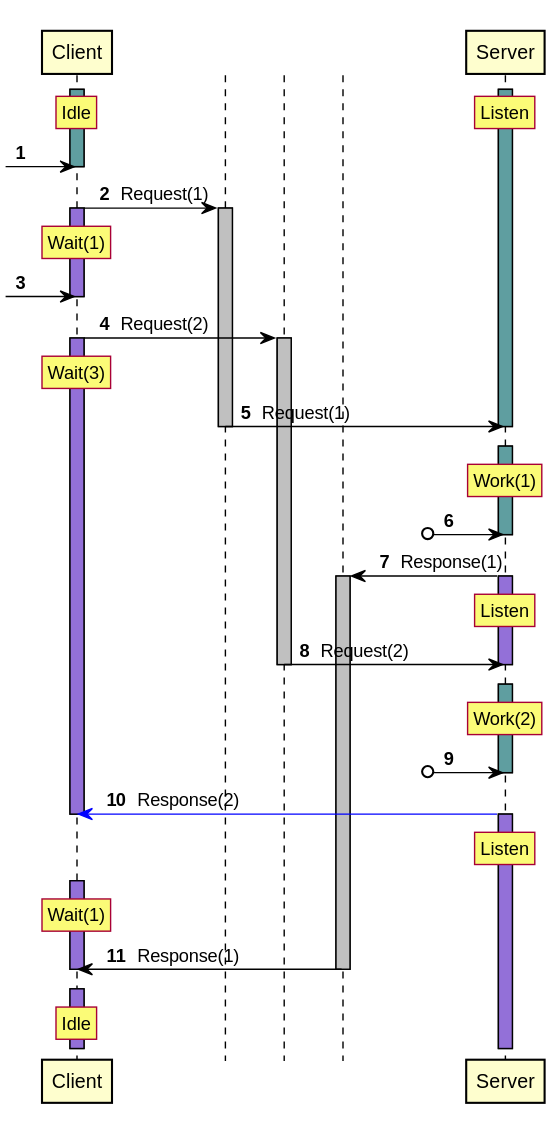
Above: tests/expected/test_ordered_client_server/sequence.svg in orenbenkiki/total-space (PlantUML), before the change.
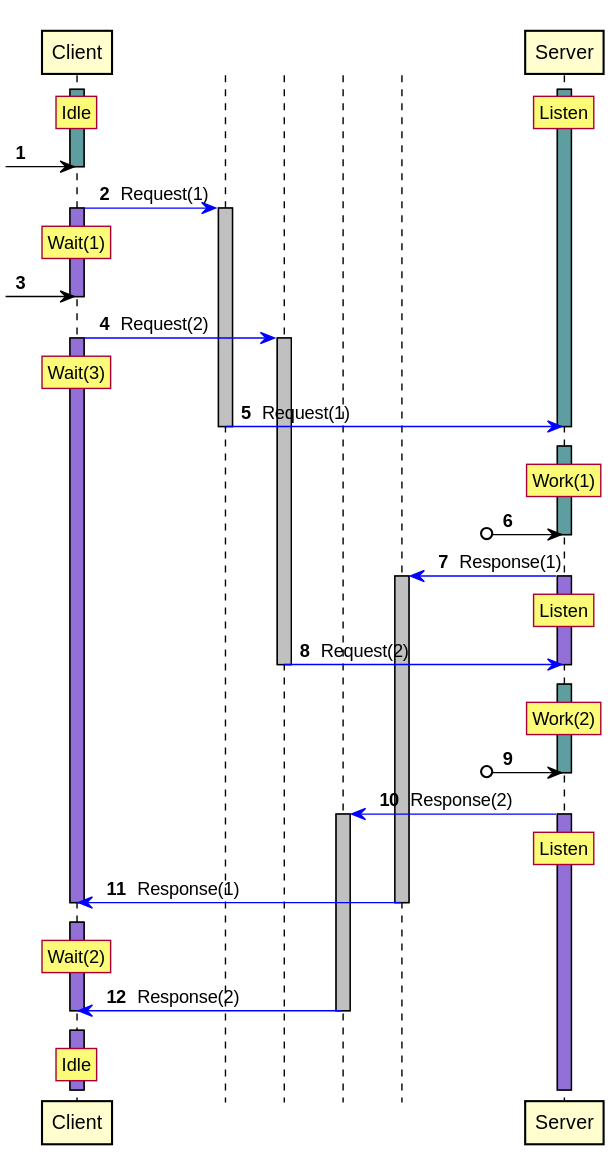
The same file after the commit.

The edit, as a diff of the source:
```diff
@@ -19,18 +19,18 @@
 ?o-> A0
 deactivate A0
 control " " as T0 order 10101
-A0 -> T0 : Request(1)
+A0 -[#Blue]> T0 : Request(1)
 activate T0 #Silver
 rnote over A0 : Wait(1)
 activate A0 #MediumPurple
 ?o-> A0
 deactivate A0
 control " " as T1 order 10102
-A0 -> T1 : Request(2)
+A0 -[#Blue]> T1 : Request(2)
 activate T1 #Silver
 rnote over A0 : Wait(3)
 activate A0 #MediumPurple
-T0 -> A1 : Request(1)
+T0 -[#Blue]> A1 : Request(1)
 deactivate T0
 deactivate A1
 autonumber stop
@@ -41,11 +41,11 @@
 ?o-> A1
 deactivate A1
 control " " as T2 order 10199
-A1 -> T2 : Response(1)
+A1 -[#Blue]> T2 : Response(1)
 activate T2 #Silver
 rnote over A1 : Listen
 activate A1 #MediumPurple
-T1 -> A1 : Request(2)
+T1 -[#Blue]> A1 : Request(2)
 deactivate T1
 deactivate A1
 autonumber stop
@@ -55,17 +55,21 @@
 activate A1 #CadetBlue
 ?o-> A1
 deactivate A1
-A1 -[#Blue]> A0 : Response(2)
-deactivate A0
+control " " as T3 order 10198
+A1 -[#Blue]> T3 : Response(2)
+activate T3 #Silver
 rnote over A1 : Listen
 activate A1 #MediumPurple
+T2 -[#Blue]> A0 : Response(1)
+deactivate T2
+deactivate A0
 autonumber stop
 ?-[#White]\ A0
 autonumber resume
-rnote over A0 : Wait(1)
+rnote over A0 : Wait(2)
 activate A0 #MediumPurple
-T2 -> A0 : Response(1)
-deactivate T2
+T3 -[#Blue]> A0 : Response(2)
+deactivate T3
 deactivate A0
 autonumber stop
 ?-[#White]\ A0
```
